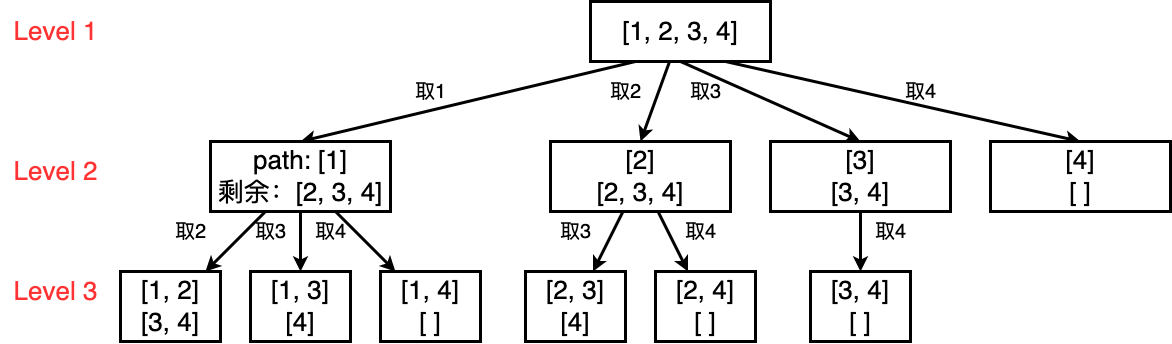
Above: 算法题刷题/组合.drawio.png in superwjfeng/MarkdownWriting (draw.io), before the change. Source tidied: cells renumbered, new cells last; positions are measured from the earlier drawing's top-left corner, leaving out a move shared by most shapes.
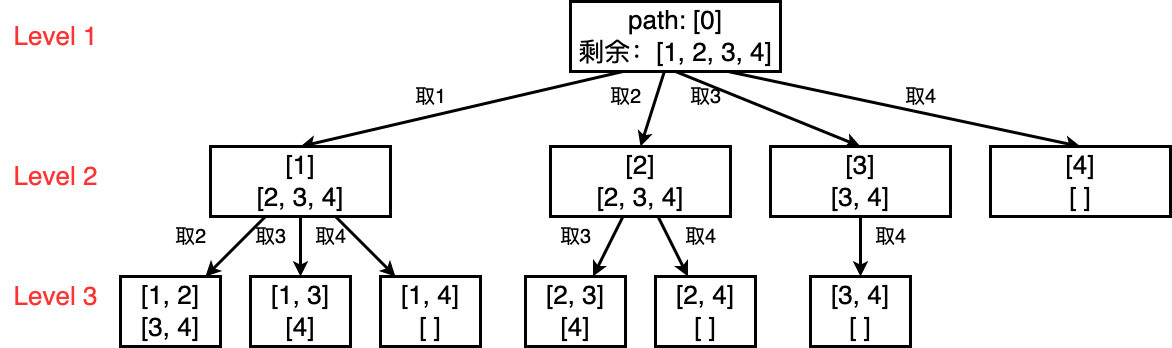
After the change.

What changed in the source:
```diff
@@ -14,8 +14,8 @@
     <mxCell id="5" style="rounded=0;jettySize=auto;html=1;strokeWidth=3;entryX=0.5;entryY=0;entryDx=0;entryDy=0;exitX=0.75;exitY=1;exitDx=0;exitDy=0;" parent="1" edge="1" source="6" target="16">
       <mxGeometry relative="1" as="geometry" />
     </mxCell>
-    <mxCell id="6" value="&lt;font style=&quot;font-size: 26px;&quot;&gt;[1, 2, 3, 4]&lt;/font&gt;" style="rounded=0;whiteSpace=wrap;html=1;strokeWidth=3;" parent="1" vertex="1">
-      <mxGeometry x="590" width="180" height="60" as="geometry" />
+    <mxCell id="6" value="&lt;font style=&quot;font-size: 26px;&quot;&gt;path: [0]&lt;br style=&quot;border-color: var(--border-color);&quot;&gt;剩余：[1, 2, 3, 4]&lt;/font&gt;" style="rounded=0;whiteSpace=wrap;html=1;strokeWidth=3;" parent="1" vertex="1">
+      <mxGeometry x="570" y="-5" width="210" height="70" as="geometry" />
     </mxCell>
     <mxCell id="7" style="rounded=0;jettySize=auto;html=1;strokeWidth=3;" parent="1" edge="1" source="10" target="18">
       <mxGeometry relative="1" as="geometry" />
@@ -26,7 +26,7 @@
     <mxCell id="9" style="rounded=0;jettySize=auto;html=1;strokeWidth=3;" parent="1" edge="1" source="10" target="19">
       <mxGeometry relative="1" as="geometry" />
     </mxCell>
-    <mxCell id="10" value="&lt;font style=&quot;font-size: 26px;&quot;&gt;path: [1]&lt;br&gt;剩余：[2, 3, 4]&lt;/font&gt;" style="rounded=0;whiteSpace=wrap;html=1;strokeWidth=3;" parent="1" vertex="1">
+    <mxCell id="10" value="&lt;font style=&quot;font-size: 26px;&quot;&gt;[1]&lt;br&gt;[2, 3, 4]&lt;/font&gt;" style="rounded=0;whiteSpace=wrap;html=1;strokeWidth=3;" parent="1" vertex="1">
       <mxGeometry x="210" y="140" width="180" height="70" as="geometry" />
     </mxCell>
     <mxCell id="11" style="rounded=0;jettySize=auto;html=1;strokeWidth=3;" parent="1" edge="1" source="13" target="23">
```
